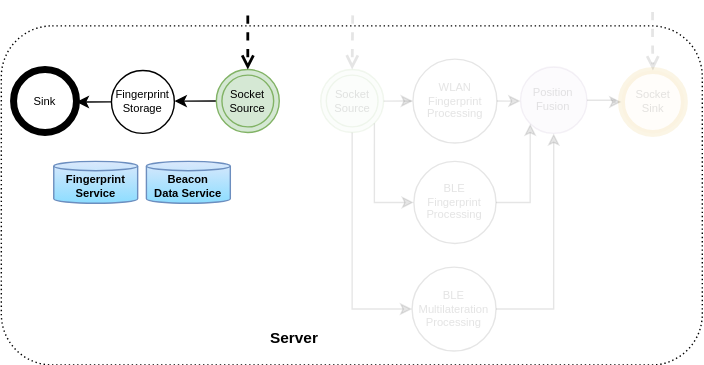
Earlier version of the draw.io export slides/ipin2021/images/model-server-offline.svg (OpenHPS/openhps.org). Source tidied: cells renumbered, new cells last; positions are measured from the earlier drawing's top-left corner, leaving out a move shared by most shapes.
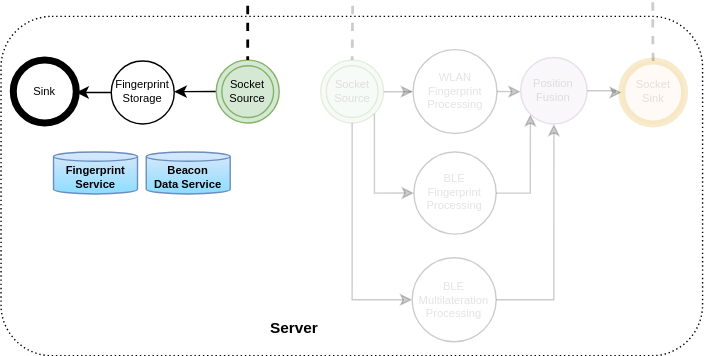
The same file after the commit.

The edit, as a diff of the source:
```diff
@@ -5,7 +5,7 @@
     <mxCell id="2" style="rounded=1;whiteSpace=wrap;html=1;fontSize=8;dashed=1;fillColor=none;dashPattern=1 2;" parent="1" vertex="1">
       <mxGeometry x="0.2" y="10" width="501.2" height="242.5" as="geometry" />
     </mxCell>
-    <mxCell id="3" value="Socket&lt;br style=&quot;font-size: 8px;&quot;&gt;Sink" style="shape=ellipse;html=1;dashed=0;whitespace=wrap;strokeWidth=5;perimeter=ellipsePerimeter;fontSize=8;fillColor=#ffe6cc;strokeColor=#d79b00;opacity=10;textOpacity=10;" parent="1" vertex="1">
+    <mxCell id="3" value="Socket&lt;br style=&quot;font-size: 8px;&quot;&gt;Sink" style="shape=ellipse;html=1;dashed=0;whitespace=wrap;strokeWidth=5;perimeter=ellipsePerimeter;fontSize=8;fillColor=#ffe6cc;strokeColor=#d79b00;opacity=20;textOpacity=10;" parent="1" vertex="1">
       <mxGeometry x="443.7" y="41.9" width="45" height="45" as="geometry" />
     </mxCell>
     <mxCell id="4" style="edgeStyle=orthogonalEdgeStyle;rounded=0;jettySize=auto;html=1;exitX=0;exitY=0.5;exitDx=0;exitDy=0;entryX=1;entryY=0.5;entryDx=0;entryDy=0;startArrow=none;startFill=0;endArrow=classic;endFill=1;fontSize=8;" parent="1" edge="1" source="5" target="12">
@@ -14,23 +14,23 @@
     <mxCell id="5" value="Socket&lt;br style=&quot;font-size: 8px;&quot;&gt;Source" style="ellipse;shape=doubleEllipse;html=1;dashed=0;whitespace=wrap;fontSize=8;fillColor=#d5e8d4;strokeColor=#82b366;" parent="1" vertex="1">
       <mxGeometry x="154" y="41.2" width="45" height="45" as="geometry" />
     </mxCell>
-    <mxCell id="6" style="edgeStyle=orthogonalEdgeStyle;rounded=0;jettySize=auto;html=1;entryX=0;entryY=0.5;entryDx=0;entryDy=0;strokeWidth=1;fontFamily=Helvetica;fontSize=11;opacity=10;textOpacity=10;" parent="1" edge="1" source="9" target="18">
+    <mxCell id="6" style="edgeStyle=orthogonalEdgeStyle;rounded=0;jettySize=auto;html=1;entryX=0;entryY=0.5;entryDx=0;entryDy=0;strokeWidth=1;fontFamily=Helvetica;fontSize=11;opacity=20;textOpacity=10;" parent="1" edge="1" source="9" target="18">
       <mxGeometry relative="1" as="geometry" />
     </mxCell>
-    <mxCell id="7" style="edgeStyle=orthogonalEdgeStyle;rounded=0;jettySize=auto;html=1;exitX=1;exitY=1;exitDx=0;exitDy=0;entryX=0;entryY=0.5;entryDx=0;entryDy=0;startArrow=none;startFill=0;endArrow=classic;endFill=1;opacity=10;textOpacity=10;" parent="1" edge="1" source="9" target="24">
+    <mxCell id="7" style="edgeStyle=orthogonalEdgeStyle;rounded=0;jettySize=auto;html=1;exitX=1;exitY=1;exitDx=0;exitDy=0;entryX=0;entryY=0.5;entryDx=0;entryDy=0;startArrow=none;startFill=0;endArrow=classic;endFill=1;opacity=20;textOpacity=10;" parent="1" edge="1" source="9" target="24">
       <mxGeometry relative="1" as="geometry">
         <Array as="points">
           <mxPoint x="267.5" y="136.5" />
         </Array>
       </mxGeometry>
     </mxCell>
-    <mxCell id="8" style="edgeStyle=orthogonalEdgeStyle;rounded=0;jettySize=auto;html=1;exitX=0.5;exitY=1;exitDx=0;exitDy=0;entryX=0;entryY=0.5;entryDx=0;entryDy=0;startArrow=none;startFill=0;endArrow=classic;endFill=1;opacity=10;textOpacity=10;" parent="1" edge="1" source="9" target="20">
+    <mxCell id="8" style="edgeStyle=orthogonalEdgeStyle;rounded=0;jettySize=auto;html=1;exitX=0.5;exitY=1;exitDx=0;exitDy=0;entryX=0;entryY=0.5;entryDx=0;entryDy=0;startArrow=none;startFill=0;endArrow=classic;endFill=1;opacity=20;textOpacity=10;" parent="1" edge="1" source="9" target="20">
       <mxGeometry relative="1" as="geometry" />
     </mxCell>
-    <mxCell id="9" value="Socket&lt;br style=&quot;font-size: 8px;&quot;&gt;Source" style="ellipse;shape=doubleEllipse;html=1;dashed=0;whitespace=wrap;fontSize=8;fillColor=#d5e8d4;strokeColor=#82b366;opacity=10;textOpacity=10;" parent="1" vertex="1">
+    <mxCell id="9" value="Socket&lt;br style=&quot;font-size: 8px;&quot;&gt;Source" style="ellipse;shape=doubleEllipse;html=1;dashed=0;whitespace=wrap;fontSize=8;fillColor=#d5e8d4;strokeColor=#82b366;opacity=20;textOpacity=10;" parent="1" vertex="1">
       <mxGeometry x="228.6" y="41.2" width="45" height="45" as="geometry" />
     </mxCell>
-    <mxCell id="10" style="edgeStyle=orthogonalEdgeStyle;rounded=0;jettySize=auto;html=1;entryX=0.5;entryY=0;entryDx=0;entryDy=0;dashed=1;endArrow=open;endFill=0;startArrow=none;startFill=0;fontSize=8;strokeWidth=2;" parent="1" edge="1" target="5">
+    <mxCell id="10" style="edgeStyle=orthogonalEdgeStyle;rounded=0;jettySize=auto;html=1;entryX=0.5;entryY=0;entryDx=0;entryDy=0;dashed=1;endArrow=none;endFill=0;startArrow=none;startFill=0;fontSize=8;strokeWidth=2;" parent="1" edge="1" target="5">
       <mxGeometry relative="1" as="geometry">
         <mxPoint x="176.5" y="2.5" as="sourcePoint" />
       </mxGeometry>
@@ -47,38 +47,38 @@
     <mxCell id="14" value="Sink" style="shape=ellipse;html=1;dashed=0;whitespace=wrap;strokeWidth=5;perimeter=ellipsePerimeter;fontSize=8;" parent="1" vertex="1">
       <mxGeometry x="9" y="41.2" width="45" height="45" as="geometry" />
     </mxCell>
-    <mxCell id="15" style="edgeStyle=orthogonalEdgeStyle;rounded=0;jettySize=auto;html=1;entryX=0.5;entryY=0;entryDx=0;entryDy=0;dashed=1;endArrow=open;endFill=0;startArrow=none;startFill=0;fontSize=8;strokeWidth=2;opacity=10;textOpacity=10;" parent="1" edge="1" target="9">
+    <mxCell id="15" style="edgeStyle=orthogonalEdgeStyle;rounded=0;jettySize=auto;html=1;entryX=0.5;entryY=0;entryDx=0;entryDy=0;dashed=1;endArrow=none;endFill=0;startArrow=none;startFill=0;fontSize=8;strokeWidth=2;opacity=20;textOpacity=10;" parent="1" edge="1" target="9">
       <mxGeometry relative="1" as="geometry">
         <mxPoint x="251.5" y="2.5" as="sourcePoint" />
       </mxGeometry>
     </mxCell>
-    <mxCell id="16" style="edgeStyle=orthogonalEdgeStyle;rounded=0;jettySize=auto;html=1;entryX=0.5;entryY=0;entryDx=0;entryDy=0;dashed=1;endArrow=open;endFill=0;startArrow=none;startFill=0;fontSize=8;strokeWidth=2;opacity=10;textOpacity=10;" parent="1" edge="1" target="3">
+    <mxCell id="16" style="edgeStyle=orthogonalEdgeStyle;rounded=0;jettySize=auto;html=1;entryX=0.5;entryY=0;entryDx=0;entryDy=0;dashed=1;endArrow=none;endFill=0;startArrow=none;startFill=0;fontSize=8;strokeWidth=2;opacity=20;textOpacity=10;" parent="1" edge="1" target="3">
       <mxGeometry relative="1" as="geometry">
         <mxPoint x="465.9" as="sourcePoint" />
       </mxGeometry>
     </mxCell>
-    <mxCell id="17" style="edgeStyle=orthogonalEdgeStyle;rounded=0;jettySize=auto;html=1;exitX=1;exitY=0.5;exitDx=0;exitDy=0;entryX=0;entryY=0.5;entryDx=0;entryDy=0;startArrow=none;startFill=0;endArrow=classic;endFill=1;opacity=10;textOpacity=10;" parent="1" edge="1" source="18" target="22">
+    <mxCell id="17" style="edgeStyle=orthogonalEdgeStyle;rounded=0;jettySize=auto;html=1;exitX=1;exitY=0.5;exitDx=0;exitDy=0;entryX=0;entryY=0.5;entryDx=0;entryDy=0;startArrow=none;startFill=0;endArrow=classic;endFill=1;opacity=20;textOpacity=10;" parent="1" edge="1" source="18" target="22">
       <mxGeometry relative="1" as="geometry" />
     </mxCell>
-    <mxCell id="18" value="&lt;font style=&quot;font-size: 8px;&quot;&gt;WLAN Fingerprint&lt;br style=&quot;font-size: 8px;&quot;&gt;Processing&lt;br style=&quot;font-size: 8px;&quot;&gt;&lt;/font&gt;" style="ellipse;whiteSpace=wrap;html=1;fontSize=8;opacity=10;textOpacity=10;" parent="1" vertex="1">
+    <mxCell id="18" value="&lt;font style=&quot;font-size: 8px;&quot;&gt;WLAN Fingerprint&lt;br style=&quot;font-size: 8px;&quot;&gt;Processing&lt;br style=&quot;font-size: 8px;&quot;&gt;&lt;/font&gt;" style="ellipse;whiteSpace=wrap;html=1;fontSize=8;opacity=20;textOpacity=10;" parent="1" vertex="1">
       <mxGeometry x="294.6" y="33.8" width="60" height="60" as="geometry" />
     </mxCell>
-    <mxCell id="19" style="edgeStyle=orthogonalEdgeStyle;rounded=0;jettySize=auto;html=1;entryX=0.5;entryY=1;entryDx=0;entryDy=0;startArrow=none;startFill=0;endArrow=classic;endFill=1;opacity=10;textOpacity=10;" parent="1" edge="1" source="20" target="22">
+    <mxCell id="19" style="edgeStyle=orthogonalEdgeStyle;rounded=0;jettySize=auto;html=1;entryX=0.5;entryY=1;entryDx=0;entryDy=0;startArrow=none;startFill=0;endArrow=classic;endFill=1;opacity=20;textOpacity=10;" parent="1" edge="1" source="20" target="22">
       <mxGeometry relative="1" as="geometry" />
     </mxCell>
-    <mxCell id="20" value="&lt;font style=&quot;font-size: 8px;&quot;&gt;BLE&lt;br style=&quot;font-size: 8px;&quot;&gt;Multilateration&lt;br style=&quot;font-size: 8px;&quot;&gt;Processing&lt;br style=&quot;font-size: 8px;&quot;&gt;&lt;/font&gt;" style="ellipse;whiteSpace=wrap;html=1;fontSize=8;opacity=10;textOpacity=10;" parent="1" vertex="1">
+    <mxCell id="20" value="&lt;font style=&quot;font-size: 8px;&quot;&gt;BLE&lt;br style=&quot;font-size: 8px;&quot;&gt;Multilateration&lt;br style=&quot;font-size: 8px;&quot;&gt;Processing&lt;br style=&quot;font-size: 8px;&quot;&gt;&lt;/font&gt;" style="ellipse;whiteSpace=wrap;html=1;fontSize=8;opacity=20;textOpacity=10;" parent="1" vertex="1">
       <mxGeometry x="294" y="182.5" width="60" height="60" as="geometry" />
     </mxCell>
-    <mxCell id="21" style="edgeStyle=orthogonalEdgeStyle;rounded=0;jettySize=auto;html=1;entryX=0;entryY=0.5;entryDx=0;entryDy=0;opacity=10;textOpacity=10;" parent="1" edge="1" source="22" target="3">
+    <mxCell id="21" style="edgeStyle=orthogonalEdgeStyle;rounded=0;jettySize=auto;html=1;entryX=0;entryY=0.5;entryDx=0;entryDy=0;opacity=20;textOpacity=10;" parent="1" edge="1" source="22" target="3">
       <mxGeometry relative="1" as="geometry" />
     </mxCell>
-    <mxCell id="22" value="&lt;font style=&quot;font-size: 8px;&quot;&gt;Position&lt;br style=&quot;font-size: 8px;&quot;&gt;Fusion&lt;br style=&quot;font-size: 8px;&quot;&gt;&lt;/font&gt;" style="ellipse;whiteSpace=wrap;html=1;fontSize=8;fillColor=#e1d5e7;strokeColor=#9673a6;opacity=10;textOpacity=10;" parent="1" vertex="1">
+    <mxCell id="22" value="&lt;font style=&quot;font-size: 8px;&quot;&gt;Position&lt;br style=&quot;font-size: 8px;&quot;&gt;Fusion&lt;br style=&quot;font-size: 8px;&quot;&gt;&lt;/font&gt;" style="ellipse;whiteSpace=wrap;html=1;fontSize=8;fillColor=#e1d5e7;strokeColor=#9673a6;opacity=20;textOpacity=10;" parent="1" vertex="1">
       <mxGeometry x="371.5" y="39.4" width="47.5" height="47.5" as="geometry" />
     </mxCell>
-    <mxCell id="23" style="edgeStyle=orthogonalEdgeStyle;rounded=0;jettySize=auto;html=1;entryX=0;entryY=1;entryDx=0;entryDy=0;startArrow=none;startFill=0;endArrow=classic;endFill=1;opacity=10;textOpacity=10;" parent="1" edge="1" source="24" target="22">
+    <mxCell id="23" style="edgeStyle=orthogonalEdgeStyle;rounded=0;jettySize=auto;html=1;entryX=0;entryY=1;entryDx=0;entryDy=0;startArrow=none;startFill=0;endArrow=classic;endFill=1;opacity=20;textOpacity=10;" parent="1" edge="1" source="24" target="22">
       <mxGeometry relative="1" as="geometry" />
     </mxCell>
-    <mxCell id="24" value="&lt;font style=&quot;font-size: 8px;&quot;&gt;BLE&lt;br style=&quot;font-size: 8px;&quot;&gt;Fingerprint&lt;br style=&quot;font-size: 8px;&quot;&gt;Processing&lt;br style=&quot;font-size: 8px;&quot;&gt;&lt;/font&gt;" style="ellipse;whiteSpace=wrap;html=1;fontSize=8;opacity=10;textOpacity=10;" parent="1" vertex="1">
+    <mxCell id="24" value="&lt;font style=&quot;font-size: 8px;&quot;&gt;BLE&lt;br style=&quot;font-size: 8px;&quot;&gt;Fingerprint&lt;br style=&quot;font-size: 8px;&quot;&gt;Processing&lt;br style=&quot;font-size: 8px;&quot;&gt;&lt;/font&gt;" style="ellipse;whiteSpace=wrap;html=1;fontSize=8;opacity=20;textOpacity=10;" parent="1" vertex="1">
       <mxGeometry x="295.2" y="106.9" width="58.8" height="58.8" as="geometry" />
     </mxCell>
     <mxCell id="25" value="Server" style="text;html=1;strokeColor=none;fillColor=none;align=center;verticalAlign=middle;whiteSpace=wrap;rounded=0;dashed=1;dashPattern=1 2;fontStyle=1;fontSize=11;" parent="1" vertex="1">
```
